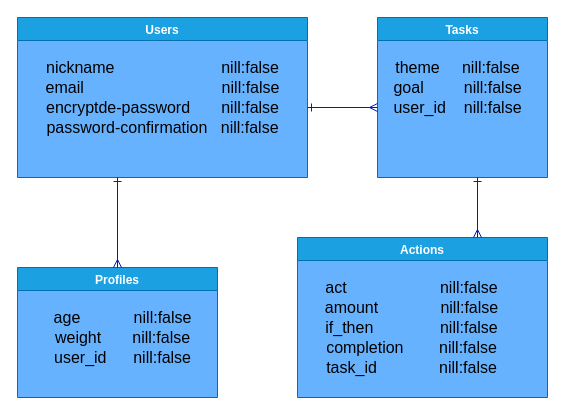
This is er.dio from ryusen1000/habits, a draw.io file, before an edit. Source tidied: cells renumbered, new cells numbered last; positions are measured from the earlier drawing's top-left corner, leaving out a move shared by most shapes. Both pictures are drawn from the tidied source at 100%, with x=0, y=0 at pixel (17, 17).
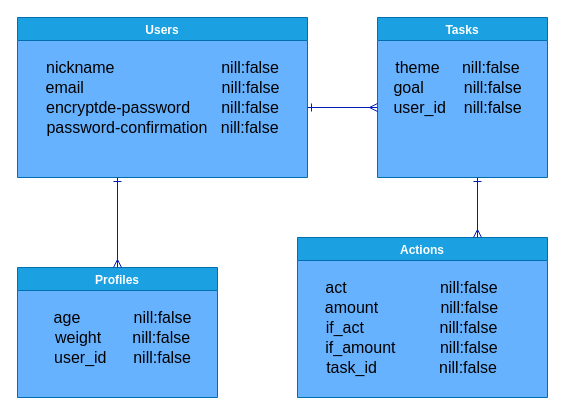
After the change.

The change refers to these unchanged cells:
```xml
<mxCell id="15" value="Actions" style="swimlane;fillColor=#1ba1e2;strokeColor=#006EAF;fontColor=#ffffff;swimlaneFillColor=#66B2FF;" parent="1" vertex="1">
  <mxGeometry x="280" y="220" width="250" height="160" as="geometry" />
</mxCell>
```

What changed in the source:
```diff
@@
-    <mxCell id="18" value="&lt;font style=&quot;font-size: 16px&quot;&gt;if_then&amp;nbsp; &amp;nbsp; &amp;nbsp; &amp;nbsp; &amp;nbsp; &amp;nbsp; &amp;nbsp; &amp;nbsp;nill:false&lt;/font&gt;" style="text;html=1;align=center;verticalAlign=middle;" parent="15" vertex="1">
+    <mxCell id="18" value="&lt;font style=&quot;font-size: 16px&quot;&gt;if_act&amp;nbsp; &amp;nbsp; &amp;nbsp; &amp;nbsp; &amp;nbsp; &amp;nbsp; &amp;nbsp; &amp;nbsp; &amp;nbsp;nill:false&lt;/font&gt;" style="text;html=1;align=center;verticalAlign=middle;" parent="15" vertex="1">
       <mxGeometry x="19" y="80" width="190" height="20" as="geometry" />
     </mxCell>
-    <mxCell id="19" value="&lt;font style=&quot;font-size: 16px&quot;&gt;completion&amp;nbsp; &amp;nbsp; &amp;nbsp; &amp;nbsp; nill:false&lt;/font&gt;" style="text;html=1;align=center;verticalAlign=middle;" parent="15" vertex="1">
+    <mxCell id="19" value="&lt;font style=&quot;font-size: 16px&quot;&gt;if_amount&amp;nbsp; &amp;nbsp; &amp;nbsp; &amp;nbsp; &amp;nbsp; nill:false&lt;/font&gt;" style="text;html=1;align=center;verticalAlign=middle;" parent="15" vertex="1">
       <mxGeometry x="19" y="100" width="190" height="20" as="geometry" />
     </mxCell>
```
